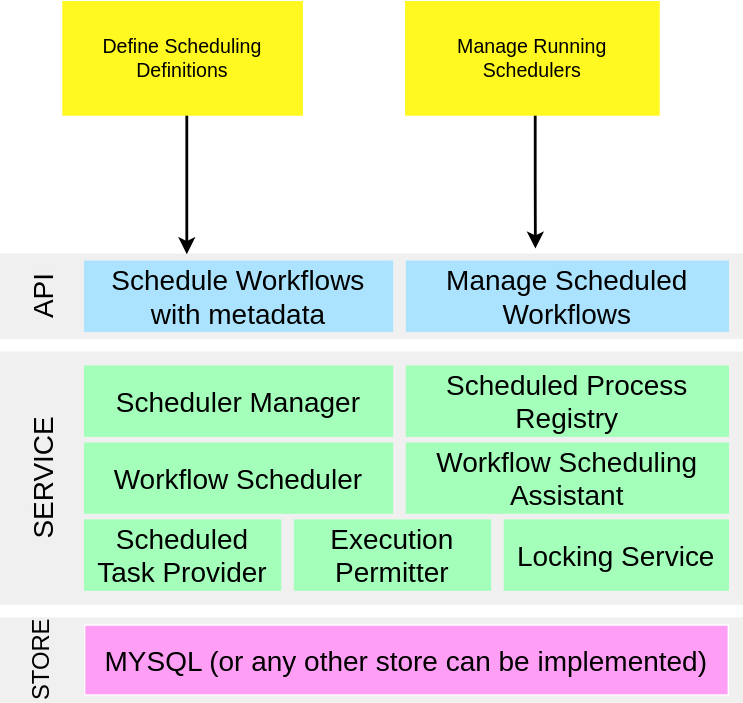
jas34/scheduledwf keeps this draw.io diagram as docs/img/scheduled-wf-architecture.svg. Above is the earlier version. Source tidied: cells renumbered, new cells last; positions are measured from the earlier drawing's top-left corner, leaving out a move shared by most shapes. The source it was exported from:
```xml
<mxGraphModel>
  <root>
    <mxCell id="0" />
    <mxCell id="1" parent="0" />
    <mxCell id="2" style="rounded=0;whiteSpace=wrap;html=1;fillColor=#F0F0F0;strokeColor=#F0F0F0;" parent="1" vertex="1">
      <mxGeometry y="180" width="530" height="60" as="geometry" />
    </mxCell>
    <mxCell id="3" value="&lt;font style=&quot;font-size: 20px&quot;&gt;Schedule Workflows with metadata&lt;/font&gt;" style="rounded=0;whiteSpace=wrap;html=1;fillColor=#ABE3FF;strokeColor=#ABE3FF;" parent="1" vertex="1">
      <mxGeometry x="60" y="185" width="220" height="50" as="geometry" />
    </mxCell>
    <mxCell id="4" value="&lt;font style=&quot;font-size: 20px&quot;&gt;Manage Scheduled Workflows&lt;/font&gt;" style="rounded=0;whiteSpace=wrap;html=1;fillColor=#ABE3FF;strokeColor=#ABE3FF;" parent="1" vertex="1">
      <mxGeometry x="290" y="185" width="230" height="50" as="geometry" />
    </mxCell>
    <mxCell id="5" value="&lt;font style=&quot;font-size: 20px&quot;&gt;API&lt;/font&gt;" style="text;html=1;fillColor=none;align=center;verticalAlign=middle;whiteSpace=wrap;rounded=0;rotation=270;strokeColor=#F0F0F0;" parent="1" vertex="1">
      <mxGeometry x="10" y="200" width="40" height="20" as="geometry" />
    </mxCell>
    <mxCell id="6" style="rounded=0;whiteSpace=wrap;html=1;fillColor=#F0F0F0;strokeColor=#F0F0F0;" parent="1" vertex="1">
      <mxGeometry y="250" width="530" height="180" as="geometry" />
    </mxCell>
    <mxCell id="7" value="&lt;font size=&quot;1&quot;&gt;&lt;span style=&quot;font-size: 20px&quot;&gt;Workflow Scheduler&lt;/span&gt;&lt;/font&gt;" style="rounded=0;whiteSpace=wrap;html=1;fillColor=#A3FFB9;strokeColor=#A3FFB9;" parent="1" vertex="1">
      <mxGeometry x="60" y="315" width="220" height="50" as="geometry" />
    </mxCell>
    <mxCell id="8" value="&lt;font style=&quot;font-size: 20px&quot;&gt;Workflow Scheduling Assistant&lt;/font&gt;" style="rounded=0;whiteSpace=wrap;html=1;fillColor=#A3FFB9;strokeColor=#A3FFB9;" parent="1" vertex="1">
      <mxGeometry x="290" y="315" width="230" height="50" as="geometry" />
    </mxCell>
    <mxCell id="9" value="&lt;font style=&quot;font-size: 20px&quot;&gt;Scheduler Manager&lt;/font&gt;" style="rounded=0;whiteSpace=wrap;html=1;fillColor=#A3FFB9;strokeColor=#A3FFB9;" parent="1" vertex="1">
      <mxGeometry x="60" y="260" width="220" height="50" as="geometry" />
    </mxCell>
    <mxCell id="10" value="&lt;font style=&quot;font-size: 20px&quot;&gt;Scheduled Process Registry&lt;/font&gt;" style="rounded=0;whiteSpace=wrap;html=1;fillColor=#A3FFB9;strokeColor=#A3FFB9;" parent="1" vertex="1">
      <mxGeometry x="290" y="260" width="230" height="50" as="geometry" />
    </mxCell>
    <mxCell id="11" value="&lt;font style=&quot;font-size: 20px&quot;&gt;Scheduled Task Provider&lt;/font&gt;" style="rounded=0;whiteSpace=wrap;html=1;fillColor=#A3FFB9;strokeColor=#A3FFB9;" parent="1" vertex="1">
      <mxGeometry x="60" y="370" width="140" height="50" as="geometry" />
    </mxCell>
    <mxCell id="12" value="&lt;font style=&quot;font-size: 20px&quot;&gt;Locking Service&lt;/font&gt;" style="rounded=0;whiteSpace=wrap;html=1;fillColor=#A3FFB9;strokeColor=#A3FFB9;" parent="1" vertex="1">
      <mxGeometry x="360" y="370" width="160" height="50" as="geometry" />
    </mxCell>
    <mxCell id="13" value="&lt;font style=&quot;font-size: 20px&quot;&gt;Execution Permitter&lt;/font&gt;" style="rounded=0;whiteSpace=wrap;html=1;fillColor=#A3FFB9;strokeColor=#A3FFB9;" parent="1" vertex="1">
      <mxGeometry x="210" y="370" width="140" height="50" as="geometry" />
    </mxCell>
    <mxCell id="14" value="&lt;font style=&quot;font-size: 20px&quot;&gt;SERVICE&lt;/font&gt;" style="text;html=1;fillColor=none;align=center;verticalAlign=middle;whiteSpace=wrap;rounded=0;rotation=270;strokeColor=#F0F0F0;" parent="1" vertex="1">
      <mxGeometry x="10" y="330" width="40" height="20" as="geometry" />
    </mxCell>
    <mxCell id="15" style="rounded=0;whiteSpace=wrap;html=1;fillColor=#F0F0F0;strokeColor=#F0F0F0;" parent="1" vertex="1">
      <mxGeometry y="440" width="530" height="60" as="geometry" />
    </mxCell>
    <mxCell id="16" value="&lt;font style=&quot;font-size: 20px&quot;&gt;MYSQL (or any other store can be implemented)&lt;/font&gt;" style="rounded=0;whiteSpace=wrap;html=1;fillColor=#FF9EF5;strokeColor=#FFFFFF;" parent="1" vertex="1">
      <mxGeometry x="60" y="445" width="460" height="50" as="geometry" />
    </mxCell>
    <mxCell id="17" value="&lt;font style=&quot;font-size: 17px&quot;&gt;STORE&lt;/font&gt;" style="text;html=1;fillColor=none;align=center;verticalAlign=middle;whiteSpace=wrap;rounded=0;rotation=270;strokeWidth=2;strokeColor=#F0F0F0;" parent="1" vertex="1">
      <mxGeometry x="10" y="460" width="40" height="20" as="geometry" />
    </mxCell>
    <mxCell id="18" style="edgeStyle=orthogonalEdgeStyle;rounded=0;orthogonalLoop=1;jettySize=auto;html=1;strokeWidth=2;" parent="1" edge="1">
      <mxGeometry relative="1" as="geometry">
        <mxPoint x="133" y="80" as="sourcePoint" />
        <mxPoint x="133" y="180" as="targetPoint" />
      </mxGeometry>
    </mxCell>
    <mxCell id="19" value="&lt;font style=&quot;font-size: 14px&quot;&gt;Define Scheduling Definitions&lt;/font&gt;" style="rounded=0;whiteSpace=wrap;html=1;strokeWidth=2;fillColor=#FFF821;strokeColor=#FFF821;" parent="1" vertex="1">
      <mxGeometry x="45" width="170" height="80" as="geometry" />
    </mxCell>
    <mxCell id="20" style="edgeStyle=orthogonalEdgeStyle;rounded=0;jettySize=auto;html=1;entryX=0.721;entryY=-0.067;entryDx=0;entryDy=0;entryPerimeter=0;strokeWidth=2;" parent="1" edge="1" target="2">
      <mxGeometry relative="1" as="geometry">
        <mxPoint x="382" y="80" as="sourcePoint" />
      </mxGeometry>
    </mxCell>
    <mxCell id="21" value="&lt;font style=&quot;font-size: 14px&quot;&gt;Manage Running Schedulers&lt;/font&gt;" style="rounded=0;whiteSpace=wrap;html=1;strokeWidth=2;fillColor=#FFF821;strokeColor=#FFF821;" parent="1" vertex="1">
      <mxGeometry x="290" width="180" height="80" as="geometry" />
    </mxCell>
  </root>
</mxGraphModel>
```
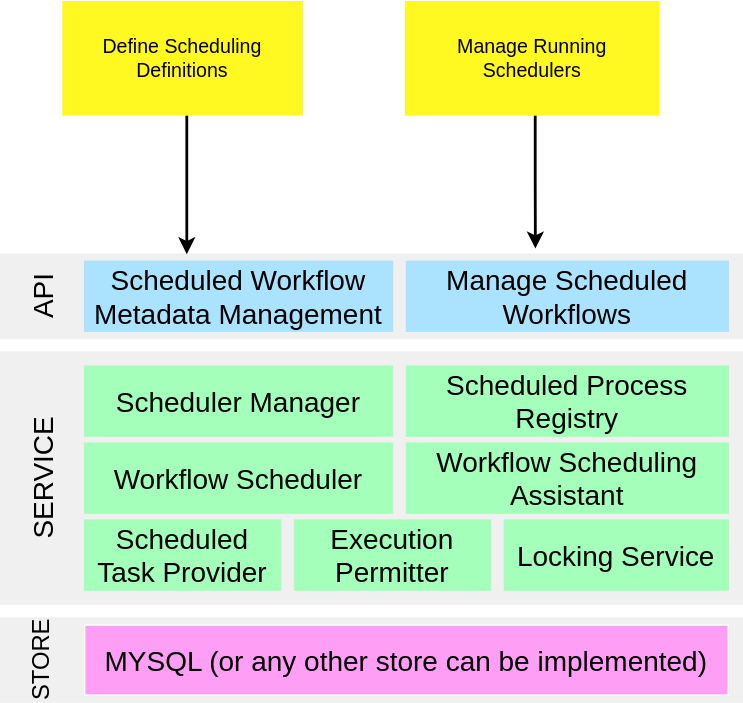
Above is the later version.

Diff of the diagram source:
```diff
@@ -5,7 +5,7 @@
     <mxCell id="2" style="rounded=0;whiteSpace=wrap;html=1;fillColor=#F0F0F0;strokeColor=#F0F0F0;" parent="1" vertex="1">
       <mxGeometry y="180" width="530" height="60" as="geometry" />
     </mxCell>
-    <mxCell id="3" value="&lt;font style=&quot;font-size: 20px&quot;&gt;Schedule Workflows with metadata&lt;/font&gt;" style="rounded=0;whiteSpace=wrap;html=1;fillColor=#ABE3FF;strokeColor=#ABE3FF;" parent="1" vertex="1">
+    <mxCell id="3" value="&lt;font style=&quot;font-size: 20px&quot;&gt;Scheduled Workflow Metadata Management&lt;/font&gt;" style="rounded=0;whiteSpace=wrap;html=1;fillColor=#ABE3FF;strokeColor=#ABE3FF;" parent="1" vertex="1">
       <mxGeometry x="60" y="185" width="220" height="50" as="geometry" />
     </mxCell>
     <mxCell id="4" value="&lt;font style=&quot;font-size: 20px&quot;&gt;Manage Scheduled Workflows&lt;/font&gt;" style="rounded=0;whiteSpace=wrap;html=1;fillColor=#ABE3FF;strokeColor=#ABE3FF;" parent="1" vertex="1">
```
